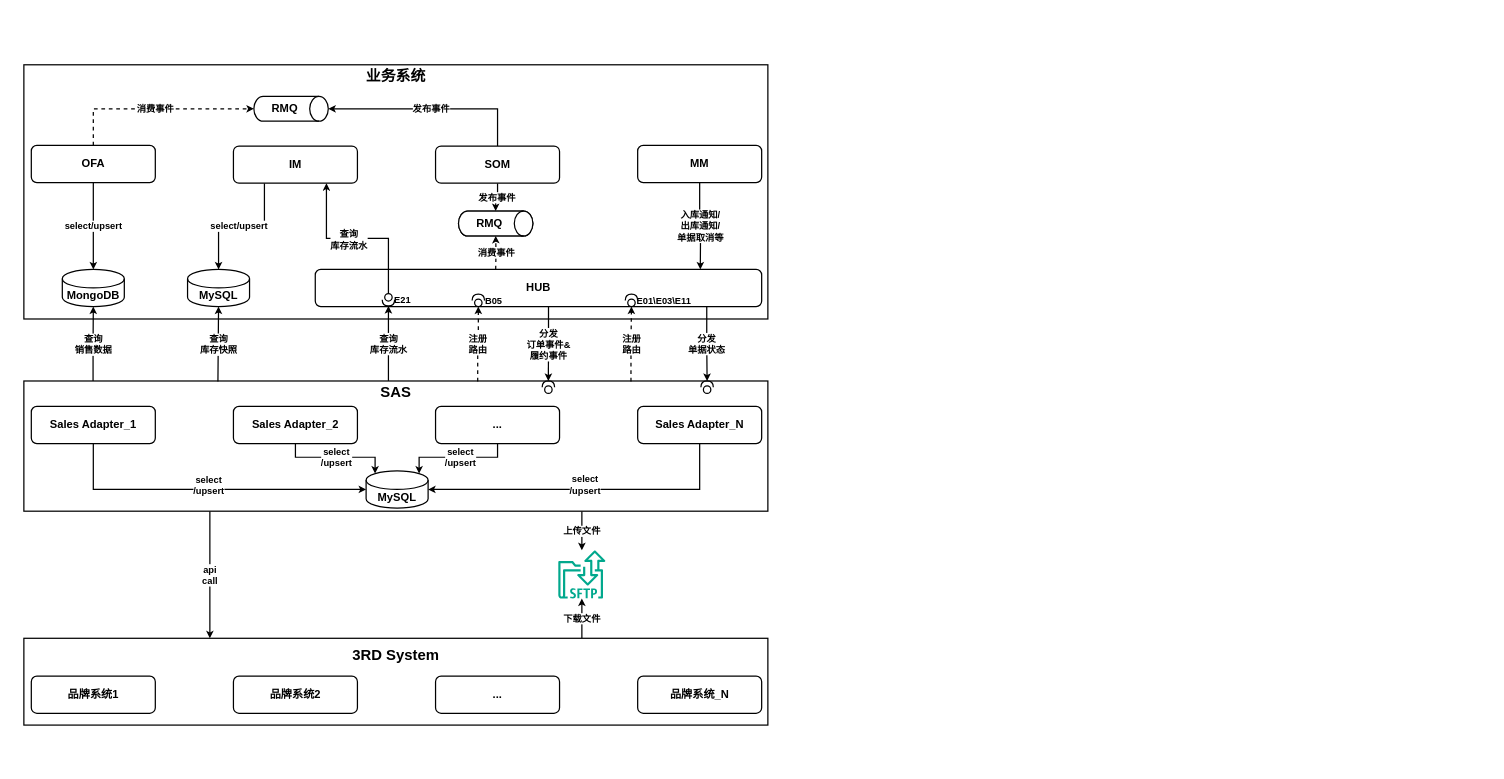
This is Data-Governance.drawio from jackie-thank/beego-authz, a draw.io file, before an edit. Source tidied: cells renumbered, new cells numbered last; positions are measured from the earlier drawing's top-left corner, leaving out a move shared by most shapes. Both pictures are drawn from the tidied source at 62%, with x=0, y=0 at pixel (24, 64).
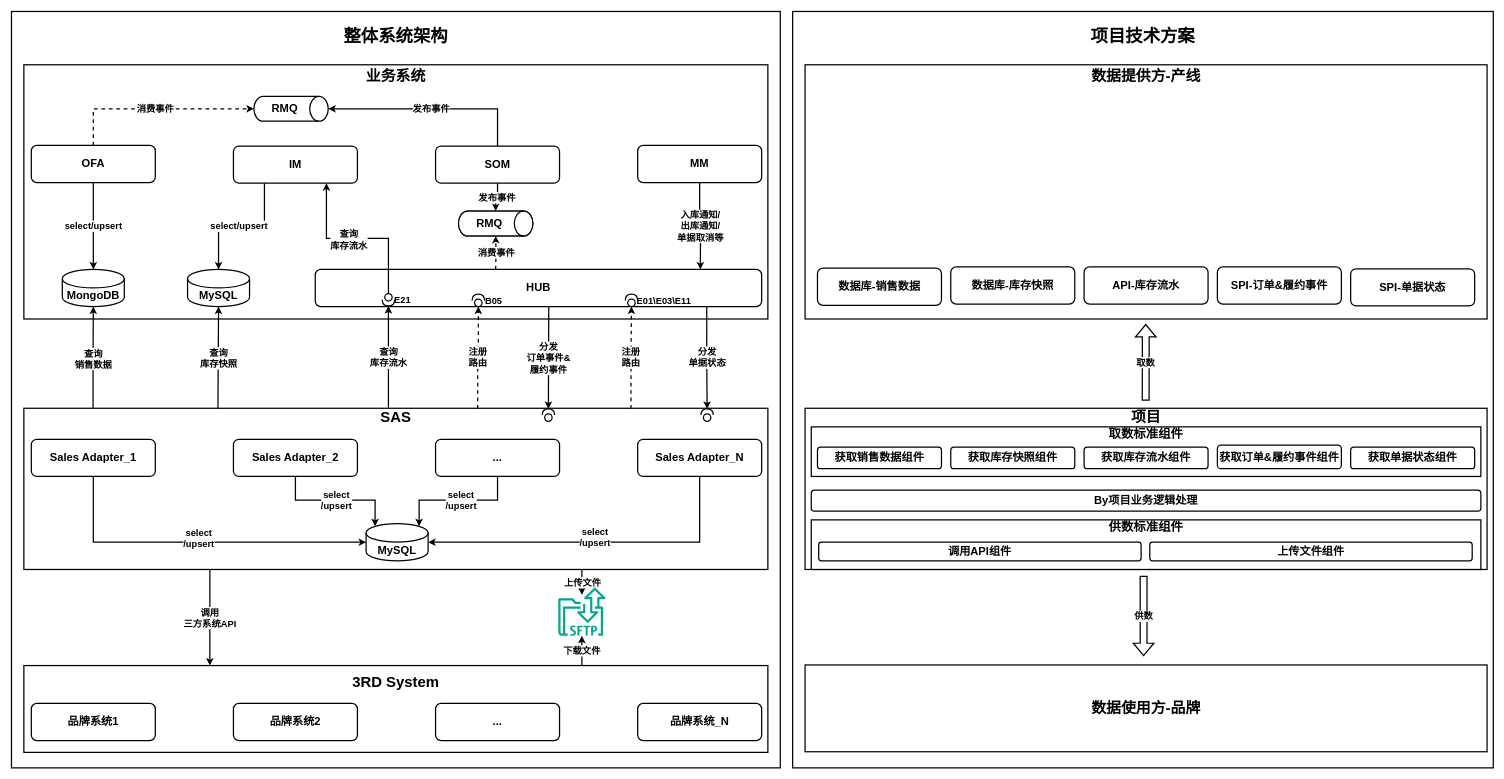
Above is the later version.

Unchanged cells that the change refers to:
```xml
<mxCell id="16" value="MySQL" style="shape=cylinder3;whiteSpace=wrap;html=1;boundedLbl=1;backgroundOutline=1;size=15;strokeWidth=2;fontSize=18;fontStyle=1;" parent="1" vertex="1">
  <mxGeometry x="264" y="330" width="100" height="60" as="geometry" />
</mxCell>
<mxCell id="22" value="HUB" style="rounded=1;whiteSpace=wrap;html=1;fontSize=18;fontStyle=1;strokeWidth=2;" parent="1" vertex="1">
  <mxGeometry x="470" y="330" width="720" height="60" as="geometry" />
</mxCell>
```

The edit, as a diff of the source:
```diff
@@
+    <mxCell id="59" value="&lt;div style=&quot;font-size: 28px;&quot;&gt;项目技术方案&lt;/div&gt;&lt;div style=&quot;font-size: 28px;&quot;&gt;&lt;br style=&quot;font-size: 28px;&quot;&gt;&lt;/div&gt;&lt;div style=&quot;font-size: 28px;&quot;&gt;&lt;br style=&quot;font-size: 28px;&quot;&gt;&lt;/div&gt;&lt;div style=&quot;font-size: 28px;&quot;&gt;&lt;br style=&quot;font-size: 28px;&quot;&gt;&lt;/div&gt;&lt;div style=&quot;font-size: 28px;&quot;&gt;&lt;br style=&quot;font-size: 28px;&quot;&gt;&lt;/div&gt;&lt;div style=&quot;font-size: 28px;&quot;&gt;&lt;br style=&quot;font-size: 28px;&quot;&gt;&lt;/div&gt;&lt;div style=&quot;font-size: 28px;&quot;&gt;&lt;br style=&quot;font-size: 28px;&quot;&gt;&lt;/div&gt;&lt;div style=&quot;font-size: 28px;&quot;&gt;&lt;br style=&quot;font-size: 28px;&quot;&gt;&lt;/div&gt;&lt;div style=&quot;font-size: 28px;&quot;&gt;&lt;br style=&quot;font-size: 28px;&quot;&gt;&lt;/div&gt;&lt;div style=&quot;font-size: 28px;&quot;&gt;&lt;br style=&quot;font-size: 28px;&quot;&gt;&lt;/div&gt;&lt;div style=&quot;font-size: 28px;&quot;&gt;&lt;br style=&quot;font-size: 28px;&quot;&gt;&lt;/div&gt;&lt;div style=&quot;font-size: 28px;&quot;&gt;&lt;br style=&quot;font-size: 28px;&quot;&gt;&lt;/div&gt;&lt;div style=&quot;font-size: 28px;&quot;&gt;&lt;br style=&quot;font-size: 28px;&quot;&gt;&lt;/div&gt;&lt;div style=&quot;font-size: 28px;&quot;&gt;&lt;br style=&quot;font-size: 28px;&quot;&gt;&lt;/div&gt;&lt;div style=&quot;font-size: 28px;&quot;&gt;&lt;br style=&quot;font-size: 28px;&quot;&gt;&lt;/div&gt;&lt;div style=&quot;font-size: 28px;&quot;&gt;&lt;br style=&quot;font-size: 28px;&quot;&gt;&lt;/div&gt;&lt;div style=&quot;font-size: 28px;&quot;&gt;&lt;br style=&quot;font-size: 28px;&quot;&gt;&lt;/div&gt;&lt;div style=&quot;font-size: 28px;&quot;&gt;&lt;br style=&quot;font-size: 28px;&quot;&gt;&lt;/div&gt;&lt;div style=&quot;font-size: 28px;&quot;&gt;&lt;br style=&quot;font-size: 28px;&quot;&gt;&lt;/div&gt;&lt;div style=&quot;font-size: 28px;&quot;&gt;&lt;br style=&quot;font-size: 28px;&quot;&gt;&lt;/div&gt;&lt;div style=&quot;font-size: 28px;&quot;&gt;&lt;br style=&quot;font-size: 28px;&quot;&gt;&lt;/div&gt;&lt;div style=&quot;font-size: 28px;&quot;&gt;&lt;br style=&quot;font-size: 28px;&quot;&gt;&lt;/div&gt;&lt;div style=&quot;font-size: 28px;&quot;&gt;&lt;br style=&quot;font-size: 28px;&quot;&gt;&lt;/div&gt;&lt;div style=&quot;font-size: 28px;&quot;&gt;&lt;br style=&quot;font-size: 28px;&quot;&gt;&lt;/div&gt;&lt;div style=&quot;font-size: 28px;&quot;&gt;&lt;br style=&quot;font-size: 28px;&quot;&gt;&lt;/div&gt;&lt;div style=&quot;font-size: 28px;&quot;&gt;&lt;br style=&quot;font-size: 28px;&quot;&gt;&lt;/div&gt;&lt;div style=&quot;font-size: 28px;&quot;&gt;&lt;br style=&quot;font-size: 28px;&quot;&gt;&lt;/div&gt;&lt;div style=&quot;font-size: 28px;&quot;&gt;&lt;br style=&quot;font-size: 28px;&quot;&gt;&lt;/div&gt;&lt;div style=&quot;font-size: 28px;&quot;&gt;&lt;br style=&quot;font-size: 28px;&quot;&gt;&lt;/div&gt;&lt;div style=&quot;font-size: 28px;&quot;&gt;&lt;br style=&quot;font-size: 28px;&quot;&gt;&lt;/div&gt;&lt;div style=&quot;font-size: 28px;&quot;&gt;&lt;br&gt;&lt;/div&gt;&lt;div style=&quot;font-size: 28px;&quot;&gt;&lt;br&gt;&lt;/div&gt;&lt;div style=&quot;font-size: 28px;&quot;&gt;&lt;br&gt;&lt;/div&gt;&lt;div style=&quot;font-size: 28px;&quot;&gt;&lt;br&gt;&lt;/div&gt;&lt;div style=&quot;font-size: 28px;&quot;&gt;&lt;br style=&quot;font-size: 28px;&quot;&gt;&lt;/div&gt;" style="rounded=0;whiteSpace=wrap;html=1;strokeWidth=2;fontSize=28;fontStyle=1;" parent="1" vertex="1">
+      <mxGeometry x="1240" y="-86" width="1130" height="1220" as="geometry" />
+    </mxCell>
+    <mxCell id="60" value="&lt;div style=&quot;font-size: 28px;&quot;&gt;整体系统架构&lt;/div&gt;&lt;div style=&quot;font-size: 28px;&quot;&gt;&lt;br style=&quot;font-size: 28px;&quot;&gt;&lt;/div&gt;&lt;div style=&quot;font-size: 28px;&quot;&gt;&lt;br style=&quot;font-size: 28px;&quot;&gt;&lt;/div&gt;&lt;div style=&quot;font-size: 28px;&quot;&gt;&lt;br style=&quot;font-size: 28px;&quot;&gt;&lt;/div&gt;&lt;div style=&quot;font-size: 28px;&quot;&gt;&lt;br style=&quot;font-size: 28px;&quot;&gt;&lt;/div&gt;&lt;div style=&quot;font-size: 28px;&quot;&gt;&lt;br style=&quot;font-size: 28px;&quot;&gt;&lt;/div&gt;&lt;div style=&quot;font-size: 28px;&quot;&gt;&lt;br style=&quot;font-size: 28px;&quot;&gt;&lt;/div&gt;&lt;div style=&quot;font-size: 28px;&quot;&gt;&lt;br style=&quot;font-size: 28px;&quot;&gt;&lt;/div&gt;&lt;div style=&quot;font-size: 28px;&quot;&gt;&lt;br style=&quot;font-size: 28px;&quot;&gt;&lt;/div&gt;&lt;div style=&quot;font-size: 28px;&quot;&gt;&lt;br style=&quot;font-size: 28px;&quot;&gt;&lt;/div&gt;&lt;div style=&quot;font-size: 28px;&quot;&gt;&lt;br style=&quot;font-size: 28px;&quot;&gt;&lt;/div&gt;&lt;div style=&quot;font-size: 28px;&quot;&gt;&lt;br style=&quot;font-size: 28px;&quot;&gt;&lt;/div&gt;&lt;div style=&quot;font-size: 28px;&quot;&gt;&lt;br style=&quot;font-size: 28px;&quot;&gt;&lt;/div&gt;&lt;div style=&quot;font-size: 28px;&quot;&gt;&lt;br style=&quot;font-size: 28px;&quot;&gt;&lt;/div&gt;&lt;div style=&quot;font-size: 28px;&quot;&gt;&lt;br style=&quot;font-size: 28px;&quot;&gt;&lt;/div&gt;&lt;div style=&quot;font-size: 28px;&quot;&gt;&lt;br style=&quot;font-size: 28px;&quot;&gt;&lt;/div&gt;&lt;div style=&quot;font-size: 28px;&quot;&gt;&lt;br style=&quot;font-size: 28px;&quot;&gt;&lt;/div&gt;&lt;div style=&quot;font-size: 28px;&quot;&gt;&lt;br style=&quot;font-size: 28px;&quot;&gt;&lt;/div&gt;&lt;div style=&quot;font-size: 28px;&quot;&gt;&lt;br style=&quot;font-size: 28px;&quot;&gt;&lt;/div&gt;&lt;div style=&quot;font-size: 28px;&quot;&gt;&lt;br style=&quot;font-size: 28px;&quot;&gt;&lt;/div&gt;&lt;div style=&quot;font-size: 28px;&quot;&gt;&lt;br style=&quot;font-size: 28px;&quot;&gt;&lt;/div&gt;&lt;div style=&quot;font-size: 28px;&quot;&gt;&lt;br style=&quot;font-size: 28px;&quot;&gt;&lt;/div&gt;&lt;div style=&quot;font-size: 28px;&quot;&gt;&lt;br style=&quot;font-size: 28px;&quot;&gt;&lt;/div&gt;&lt;div style=&quot;font-size: 28px;&quot;&gt;&lt;br style=&quot;font-size: 28px;&quot;&gt;&lt;/div&gt;&lt;div style=&quot;font-size: 28px;&quot;&gt;&lt;br style=&quot;font-size: 28px;&quot;&gt;&lt;/div&gt;&lt;div style=&quot;font-size: 28px;&quot;&gt;&lt;br style=&quot;font-size: 28px;&quot;&gt;&lt;/div&gt;&lt;div style=&quot;font-size: 28px;&quot;&gt;&lt;br style=&quot;font-size: 28px;&quot;&gt;&lt;/div&gt;&lt;div style=&quot;font-size: 28px;&quot;&gt;&lt;br style=&quot;font-size: 28px;&quot;&gt;&lt;/div&gt;&lt;div style=&quot;font-size: 28px;&quot;&gt;&lt;br style=&quot;font-size: 28px;&quot;&gt;&lt;/div&gt;&lt;div style=&quot;font-size: 28px;&quot;&gt;&lt;br style=&quot;font-size: 28px;&quot;&gt;&lt;/div&gt;&lt;div style=&quot;font-size: 28px;&quot;&gt;&lt;br style=&quot;font-size: 28px;&quot;&gt;&lt;/div&gt;&lt;div style=&quot;font-size: 28px;&quot;&gt;&lt;br style=&quot;font-size: 28px;&quot;&gt;&lt;/div&gt;&lt;div style=&quot;font-size: 28px;&quot;&gt;&lt;br style=&quot;font-size: 28px;&quot;&gt;&lt;/div&gt;&lt;div style=&quot;font-size: 28px;&quot;&gt;&lt;br style=&quot;font-size: 28px;&quot;&gt;&lt;/div&gt;&lt;div style=&quot;font-size: 28px;&quot;&gt;&lt;br style=&quot;font-size: 28px;&quot;&gt;&lt;/div&gt;" style="rounded=0;whiteSpace=wrap;html=1;strokeWidth=2;fontSize=28;fontStyle=1;" parent="1" vertex="1">
+      <mxGeometry x="-20" y="-86" width="1240" height="1220" as="geometry" />
+    </mxCell>
+    <mxCell id="61" value="&lt;div style=&quot;font-size: 24px;&quot;&gt;项目&lt;/div&gt;&lt;div style=&quot;font-size: 24px;&quot;&gt;&lt;br&gt;&lt;/div&gt;&lt;div style=&quot;font-size: 24px;&quot;&gt;&lt;br&gt;&lt;/div&gt;&lt;div style=&quot;font-size: 24px;&quot;&gt;&lt;br&gt;&lt;/div&gt;&lt;div style=&quot;font-size: 24px;&quot;&gt;&lt;br&gt;&lt;/div&gt;&lt;div style=&quot;font-size: 24px;&quot;&gt;&lt;br&gt;&lt;/div&gt;&lt;div style=&quot;font-size: 24px;&quot;&gt;&lt;br&gt;&lt;/div&gt;&lt;div style=&quot;font-size: 24px;&quot;&gt;&lt;br&gt;&lt;/div&gt;&lt;div style=&quot;font-size: 24px;&quot;&gt;&lt;br&gt;&lt;/div&gt;" style="rounded=0;whiteSpace=wrap;html=1;strokeWidth=2;fontSize=24;fontStyle=1;" parent="1" vertex="1">
+      <mxGeometry x="1260" y="554" width="1100" height="260" as="geometry" />
+    </mxCell>
+    <mxCell id="62" value="&lt;div&gt;&lt;font style=&quot;font-size: 20px;&quot;&gt;供数标准组件&lt;/font&gt;&lt;/div&gt;&lt;div&gt;&lt;font style=&quot;font-size: 20px;&quot;&gt;&lt;br&gt;&lt;/font&gt;&lt;/div&gt;&lt;div&gt;&lt;font style=&quot;font-size: 20px;&quot;&gt;&lt;br&gt;&lt;/font&gt;&lt;/div&gt;" style="rounded=0;whiteSpace=wrap;html=1;strokeWidth=2;fontSize=24;fontStyle=1;" parent="1" vertex="1">
+      <mxGeometry x="1270" y="734" width="1080" height="80" as="geometry" />
+    </mxCell>
+    <mxCell id="63" value="&lt;div&gt;&lt;font style=&quot;font-size: 20px;&quot;&gt;取数标准组件&lt;/font&gt;&lt;/div&gt;&lt;div&gt;&lt;font style=&quot;font-size: 20px;&quot;&gt;&lt;br&gt;&lt;/font&gt;&lt;/div&gt;&lt;div&gt;&lt;font style=&quot;font-size: 20px;&quot;&gt;&lt;br&gt;&lt;/font&gt;&lt;/div&gt;" style="rounded=0;whiteSpace=wrap;html=1;strokeWidth=2;fontSize=24;fontStyle=1;" parent="1" vertex="1">
+      <mxGeometry x="1270" y="584" width="1080" height="80" as="geometry" />
+    </mxCell>
@@
     <mxCell id="4" value="&lt;div&gt;3RD System&lt;/div&gt;&lt;div&gt;&lt;br&gt;&lt;/div&gt;&lt;div&gt;&lt;br&gt;&lt;/div&gt;&lt;div&gt;&lt;br&gt;&lt;/div&gt;" style="rounded=0;whiteSpace=wrap;html=1;strokeWidth=2;fontSize=24;fontStyle=1;" parent="1" vertex="1">
-      <mxGeometry y="925" width="1200" height="140" as="geometry" />
+      <mxGeometry y="969" width="1200" height="140" as="geometry" />
     </mxCell>
@@
-    <mxCell id="18" value="&lt;div&gt;api&lt;/div&gt;&lt;div&gt;call&lt;/div&gt;" style="edgeStyle=orthogonalEdgeStyle;rounded=0;jettySize=auto;html=1;exitX=0.25;exitY=1;exitDx=0;exitDy=0;entryX=0.25;entryY=0;entryDx=0;entryDy=0;fontSize=15;fontStyle=1;strokeWidth=2;" parent="1" edge="1" source="20" target="4">
+    <mxCell id="18" value="&lt;div&gt;调用&lt;/div&gt;&lt;div&gt;三方系统API&lt;br&gt;&lt;/div&gt;" style="edgeStyle=orthogonalEdgeStyle;rounded=0;jettySize=auto;html=1;exitX=0.25;exitY=1;exitDx=0;exitDy=0;entryX=0.25;entryY=0;entryDx=0;entryDy=0;fontSize=15;fontStyle=1;strokeWidth=2;" parent="1" edge="1" source="20" target="4">
       <mxGeometry relative="1" as="geometry" />
     </mxCell>
-    <mxCell id="19" value="上传文件" style="edgeStyle=orthogonalEdgeStyle;rounded=0;jettySize=auto;html=1;exitX=0.75;exitY=1;exitDx=0;exitDy=0;fontSize=15;fontStyle=1;strokeWidth=2;" parent="1" edge="1" source="20" target="42">
-      <mxGeometry relative="1" as="geometry" />
+    <mxCell id="19" value="上传文件" style="edgeStyle=orthogonalEdgeStyle;rounded=0;jettySize=auto;html=1;exitX=0.75;exitY=1;exitDx=0;exitDy=0;fontSize=15;fontStyle=1;strokeWidth=2;" parent="1" edge="1" source="20">
+      <mxGeometry relative="1" as="geometry">
+        <mxPoint x="900" y="855" as="targetPoint" />
+      </mxGeometry>
     </mxCell>
-    <mxCell id="20" value="&lt;div style=&quot;font-size: 24px;&quot;&gt;SAS&lt;/div&gt;&lt;div style=&quot;font-size: 24px;&quot;&gt;&lt;br style=&quot;font-size: 24px;&quot;&gt;&lt;/div&gt;&lt;div style=&quot;font-size: 24px;&quot;&gt;&lt;br style=&quot;font-size: 24px;&quot;&gt;&lt;/div&gt;&lt;div style=&quot;font-size: 24px;&quot;&gt;&lt;br style=&quot;font-size: 24px;&quot;&gt;&lt;/div&gt;&lt;div style=&quot;font-size: 24px;&quot;&gt;&lt;br style=&quot;font-size: 24px;&quot;&gt;&lt;/div&gt;&lt;div style=&quot;font-size: 24px;&quot;&gt;&lt;br&gt;&lt;/div&gt;&lt;div style=&quot;font-size: 24px;&quot;&gt;&lt;br style=&quot;font-size: 24px;&quot;&gt;&lt;/div&gt;" style="rounded=0;whiteSpace=wrap;html=1;strokeWidth=2;fontSize=24;fontStyle=1;" parent="1" vertex="1">
-      <mxGeometry y="510" width="1200" height="210" as="geometry" />
+    <mxCell id="20" value="&lt;div&gt;&lt;br&gt;&lt;/div&gt;&lt;div&gt;SAS&lt;/div&gt;&lt;div&gt;&lt;br&gt;&lt;/div&gt;&lt;div&gt;&lt;br&gt;&lt;/div&gt;&lt;div&gt;&lt;br&gt;&lt;/div&gt;&lt;div&gt;&lt;br&gt;&lt;/div&gt;&lt;div&gt;&lt;br&gt;&lt;/div&gt;&lt;div&gt;&lt;br&gt;&lt;/div&gt;&lt;div&gt;&lt;br&gt;&lt;/div&gt;&lt;div&gt;&lt;br&gt;&lt;/div&gt;&lt;div&gt;&lt;br&gt;&lt;/div&gt;" style="rounded=0;whiteSpace=wrap;html=1;strokeWidth=2;fontSize=24;fontStyle=1;" parent="1" vertex="1">
+      <mxGeometry y="554" width="1200" height="260" as="geometry" />
     </mxCell>
     <mxCell id="21" value="&lt;div&gt;查询&lt;/div&gt;&lt;div&gt;库存快照&lt;/div&gt;" style="edgeStyle=orthogonalEdgeStyle;rounded=0;jettySize=auto;html=1;entryX=0.5;entryY=1;entryDx=0;entryDy=0;entryPerimeter=0;strokeWidth=2;fontSize=15;fontStyle=1;" parent="1" edge="1" target="16">
       <mxGeometry relative="1" as="geometry">
-        <mxPoint x="313" y="511" as="sourcePoint" />
+        <mxPoint x="313" y="555" as="sourcePoint" />
       </mxGeometry>
     </mxCell>
@@
-    <mxCell id="23" value="&lt;div&gt;分发&lt;/div&gt;&lt;div&gt;订单事件&amp;amp;&lt;/div&gt;&lt;div&gt;履约事件&lt;br&gt;&lt;/div&gt;" style="rounded=0;jettySize=auto;html=1;exitX=0.528;exitY=1.013;exitDx=0;exitDy=0;entryX=1;entryY=0.5;entryDx=0;entryDy=0;entryPerimeter=0;strokeWidth=2;fontSize=15;fontStyle=1;exitPerimeter=0;" parent="1" edge="1" target="36">
-      <mxGeometry relative="1" as="geometry">
-        <mxPoint x="846.2" y="390.8" as="sourcePoint" />
-      </mxGeometry>
+    <mxCell id="23" value="&lt;div&gt;分发&lt;/div&gt;&lt;div&gt;订单事件&amp;amp;&lt;/div&gt;&lt;div&gt;履约事件&lt;br&gt;&lt;/div&gt;" style="rounded=0;jettySize=auto;html=1;exitX=0.523;exitY=1.012;exitDx=0;exitDy=0;entryX=1;entryY=0.5;entryDx=0;entryDy=0;entryPerimeter=0;strokeWidth=2;fontSize=15;fontStyle=1;exitPerimeter=0;" parent="1" edge="1" source="22" target="36">
+      <mxGeometry relative="1" as="geometry" />
     </mxCell>
@@
     <mxCell id="36" style="shape=providedRequiredInterface;html=1;verticalLabelPosition=bottom;sketch=0;rotation=-90;strokeWidth=2;" parent="1" vertex="1">
-      <mxGeometry x="836" y="510" width="20" height="20" as="geometry" />
+      <mxGeometry x="836" y="555" width="20" height="20" as="geometry" />
     </mxCell>
     <mxCell id="37" style="shape=providedRequiredInterface;html=1;verticalLabelPosition=bottom;sketch=0;rotation=-90;strokeWidth=2;" parent="1" vertex="1">
-      <mxGeometry x="1092" y="510" width="20" height="20" as="geometry" />
+      <mxGeometry x="1092" y="555" width="20" height="20" as="geometry" />
     </mxCell>
     <mxCell id="38" value="品牌系统1" style="rounded=1;whiteSpace=wrap;html=1;strokeWidth=2;fontSize=18;fontStyle=1;flipH=0;" parent="1" vertex="1">
-      <mxGeometry x="12" y="986" width="200" height="60" as="geometry" />
+      <mxGeometry x="12" y="1030" width="200" height="60" as="geometry" />
     </mxCell>
     <mxCell id="39" value="品牌系统2" style="rounded=1;whiteSpace=wrap;html=1;strokeWidth=2;fontSize=18;fontStyle=1;flipH=0;" parent="1" vertex="1">
-      <mxGeometry x="338" y="986" width="200" height="60" as="geometry" />
+      <mxGeometry x="338" y="1030" width="200" height="60" as="geometry" />
     </mxCell>
     <mxCell id="40" value="..." style="rounded=1;whiteSpace=wrap;html=1;strokeWidth=2;fontSize=18;fontStyle=1;flipH=0;" parent="1" vertex="1">
-      <mxGeometry x="664" y="986" width="200" height="60" as="geometry" />
+      <mxGeometry x="664" y="1030" width="200" height="60" as="geometry" />
     </mxCell>
     <mxCell id="41" value="品牌系统_N" style="rounded=1;whiteSpace=wrap;html=1;strokeWidth=2;fontSize=18;fontStyle=1;flipH=0;" parent="1" vertex="1">
-      <mxGeometry x="990" y="986" width="200" height="60" as="geometry" />
+      <mxGeometry x="990" y="1030" width="200" height="60" as="geometry" />
     </mxCell>
     <mxCell id="42" style="sketch=0;outlineConnect=0;fontColor=#232F3E;gradientColor=none;fillColor=#01A88D;strokeColor=none;dashed=0;verticalLabelPosition=bottom;verticalAlign=top;align=center;html=1;fontSize=12;fontStyle=0;shape=mxgraph.aws4.transfer_for_sftp_resource;" parent="1" vertex="1">
-      <mxGeometry x="862" y="783" width="76" height="78" as="geometry" />
+      <mxGeometry x="862" y="843" width="76" height="78" as="geometry" />
     </mxCell>
     <mxCell id="43" value="Sales Adapter_1" style="rounded=1;whiteSpace=wrap;html=1;strokeWidth=2;fontSize=18;fontStyle=1;flipH=0;" parent="1" vertex="1">
-      <mxGeometry x="12" y="551" width="200" height="60" as="geometry" />
+      <mxGeometry x="12" y="604" width="200" height="60" as="geometry" />
     </mxCell>
     <mxCell id="44" value="Sales Adapter_2" style="rounded=1;whiteSpace=wrap;html=1;strokeWidth=2;fontSize=18;fontStyle=1;flipH=0;" parent="1" vertex="1">
-      <mxGeometry x="338" y="551" width="200" height="60" as="geometry" />
+      <mxGeometry x="338" y="604" width="200" height="60" as="geometry" />
     </mxCell>
     <mxCell id="45" value="..." style="rounded=1;whiteSpace=wrap;html=1;strokeWidth=2;fontSize=18;fontStyle=1;flipH=0;" parent="1" vertex="1">
-      <mxGeometry x="664" y="551" width="200" height="60" as="geometry" />
+      <mxGeometry x="664" y="604" width="200" height="60" as="geometry" />
     </mxCell>
     <mxCell id="46" value="Sales Adapter_N" style="rounded=1;whiteSpace=wrap;html=1;strokeWidth=2;fontSize=18;fontStyle=1;flipH=0;" parent="1" vertex="1">
-      <mxGeometry x="990" y="551" width="200" height="60" as="geometry" />
+      <mxGeometry x="990" y="604" width="200" height="60" as="geometry" />
     </mxCell>
     <mxCell id="47" value="MySQL" style="shape=cylinder3;whiteSpace=wrap;html=1;boundedLbl=1;backgroundOutline=1;size=15;strokeWidth=2;fontSize=18;fontStyle=1;" parent="1" vertex="1">
-      <mxGeometry x="552" y="655" width="100" height="60" as="geometry" />
+      <mxGeometry x="552" y="740" width="100" height="60" as="geometry" />
     </mxCell>
@@
+    <mxCell id="64" value="&lt;div&gt;数据提供方-产线&lt;/div&gt;&lt;div&gt;&lt;br&gt;&lt;/div&gt;&lt;div&gt;&lt;br&gt;&lt;/div&gt;&lt;div&gt;&lt;br&gt;&lt;/div&gt;&lt;div&gt;&lt;br&gt;&lt;/div&gt;&lt;div&gt;&lt;br&gt;&lt;/div&gt;&lt;div&gt;&lt;br&gt;&lt;/div&gt;&lt;div&gt;&lt;br&gt;&lt;/div&gt;&lt;div&gt;&lt;br&gt;&lt;/div&gt;&lt;div&gt;&lt;br&gt;&lt;/div&gt;&lt;div&gt;&lt;br&gt;&lt;/div&gt;&lt;div&gt;&lt;br&gt;&lt;/div&gt;&lt;div&gt;&lt;br&gt;&lt;/div&gt;&lt;div&gt;&lt;br&gt;&lt;/div&gt;" style="rounded=0;whiteSpace=wrap;html=1;strokeWidth=2;fontSize=24;fontStyle=1;" parent="1" vertex="1">
+      <mxGeometry x="1260" width="1100" height="410" as="geometry" />
+    </mxCell>
+    <mxCell id="65" value="&lt;div&gt;数据库-销售数据&lt;/div&gt;" style="rounded=1;whiteSpace=wrap;html=1;fontSize=18;fontStyle=1;strokeWidth=2;" parent="1" vertex="1">
+      <mxGeometry x="1280" y="328" width="200" height="60" as="geometry" />
+    </mxCell>
+    <mxCell id="66" value="&lt;div&gt;数据使用方-品牌&lt;/div&gt;" style="rounded=0;whiteSpace=wrap;html=1;strokeWidth=2;fontSize=24;fontStyle=1;" parent="1" vertex="1">
+      <mxGeometry x="1260" y="968" width="1100" height="140" as="geometry" />
+    </mxCell>
+    <mxCell id="67" value="&lt;div&gt;数据库-库存快照&lt;/div&gt;" style="rounded=1;whiteSpace=wrap;html=1;fontSize=18;fontStyle=1;strokeWidth=2;" parent="1" vertex="1">
+      <mxGeometry x="1495" y="326" width="200" height="60" as="geometry" />
+    </mxCell>
+    <mxCell id="68" value="&lt;div&gt;API-库存流水&lt;br&gt;&lt;/div&gt;" style="rounded=1;whiteSpace=wrap;html=1;fontSize=18;fontStyle=1;strokeWidth=2;" parent="1" vertex="1">
+      <mxGeometry x="1710" y="326" width="200" height="60" as="geometry" />
+    </mxCell>
+    <mxCell id="69" value="&lt;div&gt;SPI-订单&amp;amp;履约事件&lt;br&gt;&lt;/div&gt;" style="rounded=1;whiteSpace=wrap;html=1;fontSize=18;fontStyle=1;strokeWidth=2;" parent="1" vertex="1">
+      <mxGeometry x="1925" y="326" width="200" height="60" as="geometry" />
+    </mxCell>
+    <mxCell id="70" value="&lt;div&gt;SPI-单据状态&lt;br&gt;&lt;/div&gt;" style="rounded=1;whiteSpace=wrap;html=1;fontSize=18;fontStyle=1;strokeWidth=2;" parent="1" vertex="1">
+      <mxGeometry x="2140" y="329" width="200" height="60" as="geometry" />
+    </mxCell>
+    <mxCell id="71" value="取数" style="shape=flexArrow;endArrow=classic;html=1;rounded=0;strokeWidth=2;fontSize=15;fontStyle=1;" parent="1" edge="1">
+      <mxGeometry relative="1" as="geometry">
+        <mxPoint x="1809.4" y="542" as="sourcePoint" />
+        <mxPoint x="1809.5" y="418" as="targetPoint" />
+      </mxGeometry>
+    </mxCell>
+    <mxCell id="72" value="&lt;div&gt;获取销售数据组件&lt;/div&gt;" style="rounded=1;whiteSpace=wrap;html=1;fontSize=18;fontStyle=1;strokeWidth=2;" parent="1" vertex="1">
+      <mxGeometry x="1280" y="616.5" width="200" height="35" as="geometry" />
+    </mxCell>
+    <mxCell id="73" value="&lt;div&gt;获取库存快照组件&lt;/div&gt;" style="rounded=1;whiteSpace=wrap;html=1;fontSize=18;fontStyle=1;strokeWidth=2;" parent="1" vertex="1">
+      <mxGeometry x="1495" y="616.5" width="200" height="35" as="geometry" />
+    </mxCell>
+    <mxCell id="74" value="&lt;div&gt;获取库存流水组件&lt;br&gt;&lt;/div&gt;" style="rounded=1;whiteSpace=wrap;html=1;fontSize=18;fontStyle=1;strokeWidth=2;" parent="1" vertex="1">
+      <mxGeometry x="1710" y="616.5" width="200" height="35" as="geometry" />
+    </mxCell>
+    <mxCell id="75" value="&lt;div&gt;获取单据状态组件&lt;br&gt;&lt;/div&gt;" style="rounded=1;whiteSpace=wrap;html=1;fontSize=18;fontStyle=1;strokeWidth=2;" parent="1" vertex="1">
+      <mxGeometry x="2140" y="616.5" width="200" height="35" as="geometry" />
+    </mxCell>
+    <mxCell id="76" value="By项目业务逻辑处理" style="rounded=1;whiteSpace=wrap;html=1;fontSize=18;fontStyle=1;strokeWidth=2;" parent="1" vertex="1">
+      <mxGeometry x="1270" y="686" width="1080" height="34" as="geometry" />
+    </mxCell>
+    <mxCell id="77" value="调用API组件" style="rounded=1;whiteSpace=wrap;html=1;fontSize=18;fontStyle=1;strokeWidth=2;" parent="1" vertex="1">
+      <mxGeometry x="1282" y="770" width="520" height="30" as="geometry" />
+    </mxCell>
+    <mxCell id="78" value="上传文件组件" style="rounded=1;whiteSpace=wrap;html=1;fontSize=18;fontStyle=1;strokeWidth=2;" parent="1" vertex="1">
+      <mxGeometry x="1816" y="770" width="520" height="30" as="geometry" />
+    </mxCell>
+    <mxCell id="79" value="获取订单&amp;amp;履约事件组件" style="rounded=1;whiteSpace=wrap;html=1;fontSize=18;fontStyle=1;strokeWidth=2;" parent="1" vertex="1">
+      <mxGeometry x="1925" y="613.5" width="200" height="38" as="geometry" />
+    </mxCell>
+    <mxCell id="80" value="供数" style="shape=flexArrow;endArrow=classic;html=1;rounded=0;strokeWidth=2;fontSize=15;fontStyle=1;" parent="1" edge="1">
+      <mxGeometry relative="1" as="geometry">
+        <mxPoint x="1806" y="824" as="sourcePoint" />
+        <mxPoint x="1806" y="954" as="targetPoint" />
+      </mxGeometry>
+    </mxCell>
```
